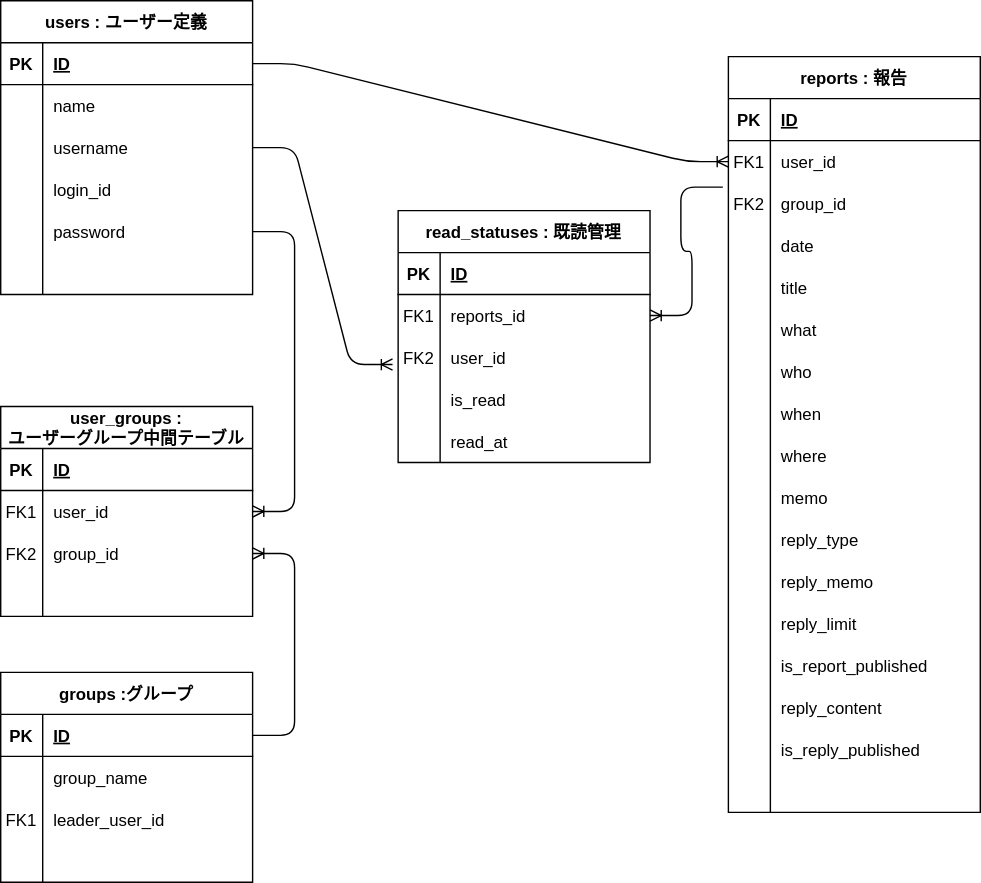
Above: documents/Design_documents/design_compornents/ER.drawio.svg in shigetaaa/hourensou-app (draw.io), before the change. Source tidied: cells renumbered, new cells last; positions are measured from the earlier drawing's top-left corner, leaving out a move shared by most shapes.
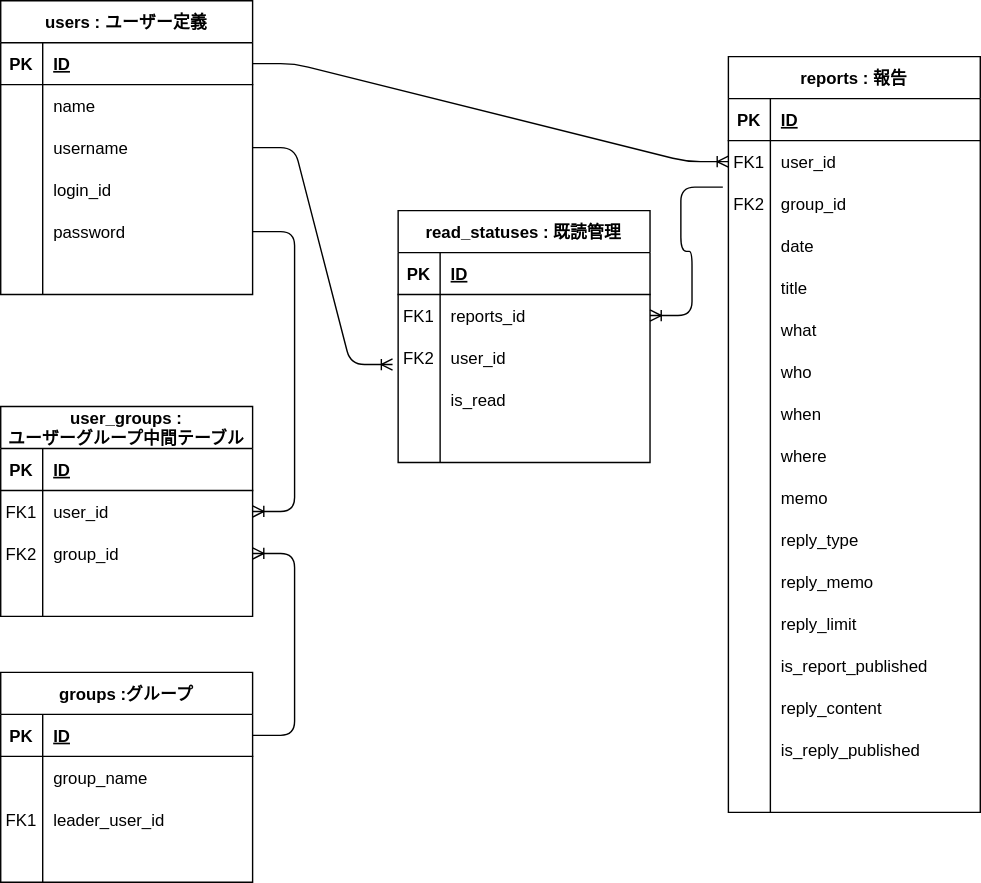
After the change.

The edit, as a diff of the source:
```diff
@@ -338,7 +338,7 @@
     <mxCell id="113" style="shape=partialRectangle;fillColor=none;top=0;left=0;bottom=0;right=0;overflow=hidden;" parent="112" vertex="1">
       <mxGeometry width="30" height="30" as="geometry" />
     </mxCell>
-    <mxCell id="114" value="read_at" style="shape=partialRectangle;fillColor=none;top=0;left=0;bottom=0;right=0;align=left;spacingLeft=6;overflow=hidden;" parent="112" vertex="1">
+    <mxCell id="114" style="shape=partialRectangle;fillColor=none;top=0;left=0;bottom=0;right=0;align=left;spacingLeft=6;overflow=hidden;" parent="112" vertex="1">
       <mxGeometry x="30" width="150" height="30" as="geometry" />
     </mxCell>
     <mxCell id="115" style="edgeStyle=entityRelationEdgeStyle;fontSize=12;html=1;endArrow=ERoneToMany;entryX=1;entryY=0.5;entryDx=0;entryDy=0;" parent="1" edge="1" source="15" target="25">
```
